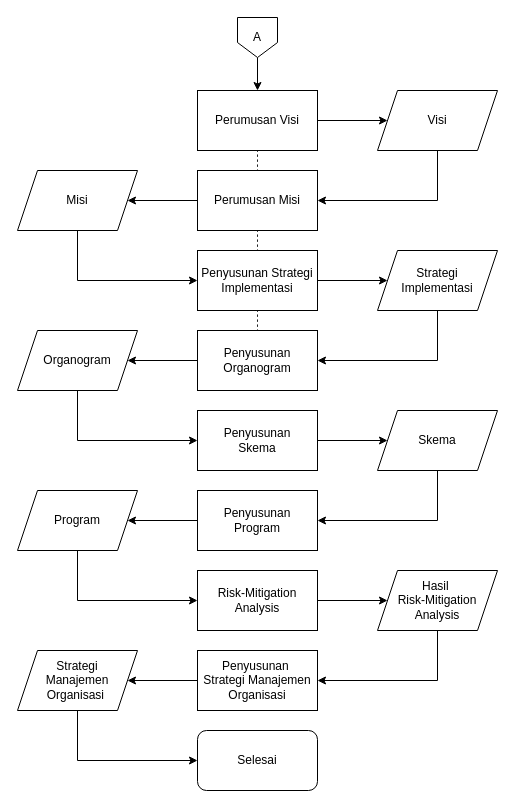
Earlier version of the draw.io diagram page "IC v4" (9 of 9) of AlureBerpikir.drawio (farellfaiz/flowchart). Source tidied: cells renumbered, new cells numbered last; positions are measured from the earlier drawing's top-left corner, leaving out a move shared by most shapes. Both pictures are drawn from the tidied source at 100%, with x=0, y=0 at pixel (17, 17).
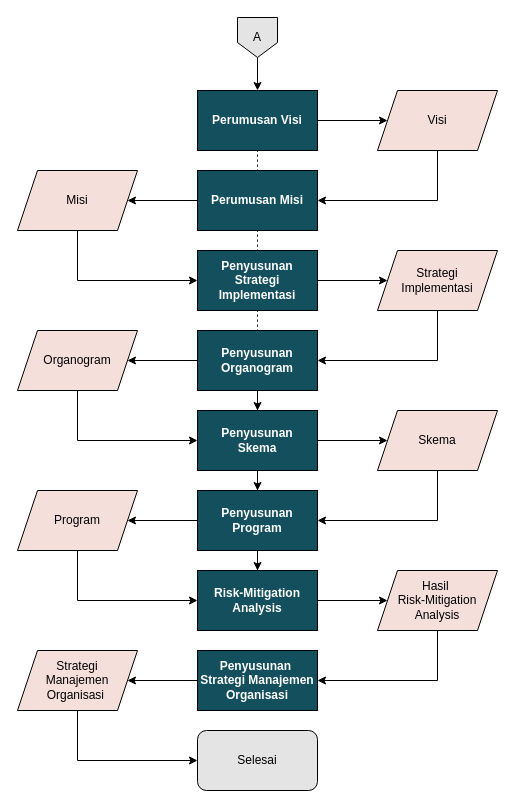
After the change.

The edit, as a diff of the source:
```diff
@@
-    <mxCell id="4" value="Perumusan Visi" style="rounded=0;whiteSpace=wrap;html=1;" parent="1" vertex="1">
+    <mxCell id="4" value="Perumusan Visi" style="rounded=0;whiteSpace=wrap;html=1;fillColor=#134F5C;fontStyle=1;fontColor=light-dark(#ffffff, #ededed);" parent="1" vertex="1">
       <mxGeometry x="180" y="73" width="120" height="60" as="geometry" />
     </mxCell>
@@
-    <mxCell id="6" value="Visi" style="shape=parallelogram;perimeter=parallelogramPerimeter;whiteSpace=wrap;html=1;fixedSize=1;" parent="1" vertex="1">
+    <mxCell id="6" value="Visi" style="shape=parallelogram;perimeter=parallelogramPerimeter;whiteSpace=wrap;html=1;fixedSize=1;fillColor=#F5DFDB;" parent="1" vertex="1">
       <mxGeometry x="360" y="73" width="120" height="60" as="geometry" />
     </mxCell>
@@
-    <mxCell id="9" value="Perumusan Misi" style="rounded=0;whiteSpace=wrap;html=1;" parent="1" vertex="1">
+    <mxCell id="9" value="Perumusan Misi" style="rounded=0;whiteSpace=wrap;html=1;fillColor=#134F5C;fontStyle=1;fontColor=light-dark(#ffffff, #ededed);" parent="1" vertex="1">
       <mxGeometry x="180" y="153" width="120" height="60" as="geometry" />
     </mxCell>
@@
-    <mxCell id="11" value="Misi" style="shape=parallelogram;perimeter=parallelogramPerimeter;whiteSpace=wrap;html=1;fixedSize=1;" parent="1" vertex="1">
+    <mxCell id="11" value="Misi" style="shape=parallelogram;perimeter=parallelogramPerimeter;whiteSpace=wrap;html=1;fixedSize=1;fillColor=#F5DFDB;" parent="1" vertex="1">
       <mxGeometry y="153" width="120" height="60" as="geometry" />
     </mxCell>
@@
-    <mxCell id="14" value="Penyusunan Strategi&lt;div&gt;Implementasi&lt;/div&gt;" style="rounded=0;whiteSpace=wrap;html=1;" parent="1" vertex="1">
+    <mxCell id="14" value="Penyusunan Strategi&lt;div&gt;Implementasi&lt;/div&gt;" style="rounded=0;whiteSpace=wrap;html=1;fillColor=#134F5C;fontStyle=1;fontColor=light-dark(#ffffff, #ededed);" parent="1" vertex="1">
       <mxGeometry x="180" y="233" width="120" height="60" as="geometry" />
     </mxCell>
@@
-    <mxCell id="16" value="Strategi&lt;div&gt;Implementasi&lt;/div&gt;" style="shape=parallelogram;perimeter=parallelogramPerimeter;whiteSpace=wrap;html=1;fixedSize=1;" parent="1" vertex="1">
+    <mxCell id="16" value="Strategi&lt;div&gt;Implementasi&lt;/div&gt;" style="shape=parallelogram;perimeter=parallelogramPerimeter;whiteSpace=wrap;html=1;fixedSize=1;fillColor=#F5DFDB;" parent="1" vertex="1">
       <mxGeometry x="360" y="233" width="120" height="60" as="geometry" />
     </mxCell>
@@
+    <mxCell id="40" style="edgeStyle=orthogonalEdgeStyle;rounded=0;jettySize=auto;html=1;entryX=0.5;entryY=0;entryDx=0;entryDy=0;" parent="1" edge="1" source="18" target="22">
+      <mxGeometry relative="1" as="geometry" />
+    </mxCell>
-    <mxCell id="18" value="Penyusunan&lt;div&gt;Skema&lt;/div&gt;" style="rounded=0;whiteSpace=wrap;html=1;" parent="1" vertex="1">
+    <mxCell id="18" value="Penyusunan&lt;div&gt;Skema&lt;/div&gt;" style="rounded=0;whiteSpace=wrap;html=1;fillColor=#134F5C;fontStyle=1;fontColor=light-dark(#ffffff, #ededed);" parent="1" vertex="1">
       <mxGeometry x="180" y="393" width="120" height="60" as="geometry" />
     </mxCell>
@@
-    <mxCell id="20" value="Skema" style="shape=parallelogram;perimeter=parallelogramPerimeter;whiteSpace=wrap;html=1;fixedSize=1;" parent="1" vertex="1">
+    <mxCell id="20" value="Skema" style="shape=parallelogram;perimeter=parallelogramPerimeter;whiteSpace=wrap;html=1;fixedSize=1;fillColor=#F5DFDB;" parent="1" vertex="1">
       <mxGeometry x="360" y="393" width="120" height="60" as="geometry" />
     </mxCell>
@@
+    <mxCell id="41" style="edgeStyle=orthogonalEdgeStyle;rounded=0;jettySize=auto;html=1;entryX=0.5;entryY=0;entryDx=0;entryDy=0;" parent="1" edge="1" source="22" target="28">
+      <mxGeometry relative="1" as="geometry" />
+    </mxCell>
-    <mxCell id="22" value="Penyusunan&lt;div&gt;Program&lt;/div&gt;" style="rounded=0;whiteSpace=wrap;html=1;" parent="1" vertex="1">
+    <mxCell id="22" value="Penyusunan&lt;div&gt;Program&lt;/div&gt;" style="rounded=0;whiteSpace=wrap;html=1;fillColor=#134F5C;fontStyle=1;fontColor=light-dark(#ffffff, #ededed);" parent="1" vertex="1">
       <mxGeometry x="180" y="473" width="120" height="60" as="geometry" />
     </mxCell>
@@
-    <mxCell id="24" value="Program" style="shape=parallelogram;perimeter=parallelogramPerimeter;whiteSpace=wrap;html=1;fixedSize=1;" parent="1" vertex="1">
+    <mxCell id="24" value="Program" style="shape=parallelogram;perimeter=parallelogramPerimeter;whiteSpace=wrap;html=1;fixedSize=1;fillColor=#F5DFDB;" parent="1" vertex="1">
       <mxGeometry y="473" width="120" height="60" as="geometry" />
     </mxCell>
@@
+    <mxCell id="42" style="edgeStyle=orthogonalEdgeStyle;rounded=0;jettySize=auto;html=1;entryX=0.5;entryY=0;entryDx=0;entryDy=0;" parent="1" edge="1" source="26" target="18">
+      <mxGeometry relative="1" as="geometry" />
+    </mxCell>
-    <mxCell id="26" value="Penyusunan&lt;div&gt;Organogram&lt;/div&gt;" style="rounded=0;whiteSpace=wrap;html=1;" parent="1" vertex="1">
+    <mxCell id="26" value="Penyusunan&lt;div&gt;Organogram&lt;/div&gt;" style="rounded=0;whiteSpace=wrap;html=1;fillColor=#134F5C;fontStyle=1;fontColor=light-dark(#ffffff, #ededed);" parent="1" vertex="1">
       <mxGeometry x="180" y="313" width="120" height="60" as="geometry" />
     </mxCell>
@@
-    <mxCell id="28" value="Risk-Mitigation&lt;div&gt;Analysis&lt;/div&gt;" style="rounded=0;whiteSpace=wrap;html=1;" parent="1" vertex="1">
+    <mxCell id="28" value="Risk-Mitigation&lt;div&gt;Analysis&lt;/div&gt;" style="rounded=0;whiteSpace=wrap;html=1;fillColor=#134F5C;fontStyle=1;fontColor=light-dark(#ffffff, #ededed);" parent="1" vertex="1">
       <mxGeometry x="180" y="553" width="120" height="60" as="geometry" />
     </mxCell>
@@
-    <mxCell id="30" value="Hasil&amp;nbsp;&lt;div&gt;Risk-Mitigation&lt;/div&gt;&lt;div&gt;Analysis&lt;/div&gt;" style="shape=parallelogram;perimeter=parallelogramPerimeter;whiteSpace=wrap;html=1;fixedSize=1;" parent="1" vertex="1">
+    <mxCell id="30" value="Hasil&amp;nbsp;&lt;div&gt;Risk-Mitigation&lt;/div&gt;&lt;div&gt;Analysis&lt;/div&gt;" style="shape=parallelogram;perimeter=parallelogramPerimeter;whiteSpace=wrap;html=1;fixedSize=1;fillColor=#F5DFDB;" parent="1" vertex="1">
       <mxGeometry x="360" y="553" width="120" height="60" as="geometry" />
     </mxCell>
@@
-    <mxCell id="32" value="Penyusunan&amp;nbsp;&lt;div&gt;Strategi&amp;nbsp;&lt;span style=&quot;background-color: transparent; color: light-dark(rgb(0, 0, 0), rgb(255, 255, 255));&quot;&gt;Manajemen Organisasi&lt;/span&gt;&lt;/div&gt;" style="rounded=0;whiteSpace=wrap;html=1;" parent="1" vertex="1">
+    <mxCell id="32" value="Penyusunan&amp;nbsp;&lt;div&gt;Strategi&amp;nbsp;&lt;span style=&quot;background-color: transparent;&quot;&gt;Manajemen Organisasi&lt;/span&gt;&lt;/div&gt;" style="rounded=0;whiteSpace=wrap;html=1;fillColor=#134F5C;fontStyle=1;fontColor=light-dark(#ffffff, #ededed);" parent="1" vertex="1">
       <mxGeometry x="180" y="633" width="120" height="60" as="geometry" />
     </mxCell>
@@
-    <mxCell id="34" value="Strategi&lt;div&gt;Manajemen&lt;/div&gt;&lt;div&gt;Organisasi&amp;nbsp;&lt;/div&gt;" style="shape=parallelogram;perimeter=parallelogramPerimeter;whiteSpace=wrap;html=1;fixedSize=1;" parent="1" vertex="1">
+    <mxCell id="34" value="Strategi&lt;div&gt;Manajemen&lt;/div&gt;&lt;div&gt;Organisasi&amp;nbsp;&lt;/div&gt;" style="shape=parallelogram;perimeter=parallelogramPerimeter;whiteSpace=wrap;html=1;fixedSize=1;fillColor=#F5DFDB;" parent="1" vertex="1">
       <mxGeometry y="633" width="120" height="60" as="geometry" />
     </mxCell>
-    <mxCell id="35" value="Selesai" style="rounded=1;whiteSpace=wrap;html=1;" parent="1" vertex="1">
+    <mxCell id="35" value="Selesai" style="rounded=1;whiteSpace=wrap;html=1;fillColor=#E4E4E4;" parent="1" vertex="1">
       <mxGeometry x="180" y="713" width="120" height="60" as="geometry" />
     </mxCell>
@@
-    <mxCell id="37" value="A" style="shape=offPageConnector;whiteSpace=wrap;html=1;" parent="1" vertex="1">
+    <mxCell id="37" value="A" style="shape=offPageConnector;whiteSpace=wrap;html=1;fillColor=#E4E4E4;" parent="1" vertex="1">
       <mxGeometry x="220" width="40" height="40" as="geometry" />
     </mxCell>
@@
-    <mxCell id="39" value="Organogram" style="shape=parallelogram;perimeter=parallelogramPerimeter;whiteSpace=wrap;html=1;fixedSize=1;" parent="1" vertex="1">
+    <mxCell id="39" value="Organogram" style="shape=parallelogram;perimeter=parallelogramPerimeter;whiteSpace=wrap;html=1;fixedSize=1;fillColor=#F5DFDB;" parent="1" vertex="1">
       <mxGeometry y="313" width="120" height="60" as="geometry" />
     </mxCell>
```
